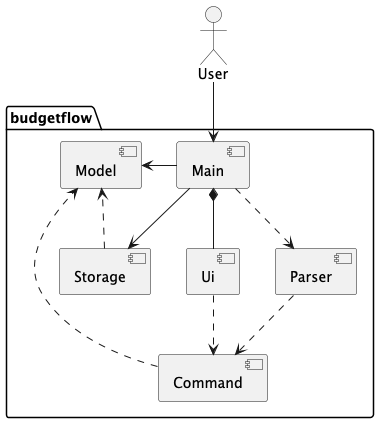
The PlantUML diagram docs/images/Architecture.png in thienkimtranhoang/tp, before a commit.
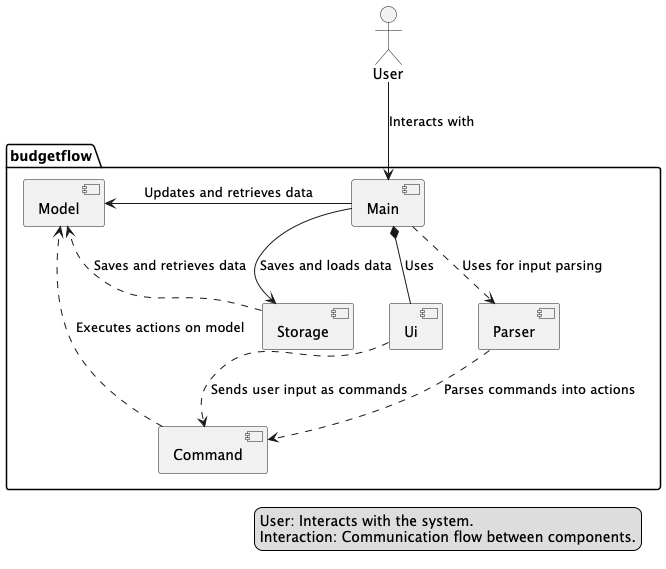
After the change.

Commit message:
Update architecture diagram

What changed in the source:
```diff
@@ -1,5 +1,6 @@
 @startuml
 actor User
+
 package budgetflow {
     [Main]
     [Ui]
@@ -8,14 +9,29 @@
     [Storage]
     [Model]
 }
-User --> [Main]
-[Main] -left-> [Model]
-[Main] --> [Storage]
-[Main] *-- [Ui]
-[Main] ..> [Parser]
-[Storage] ..> [Model]
-[Command] ..> [Model]
-[Parser] ..> [Command]
-[Ui] ..> [Command]
+
+User --> [Main] : Interacts with
+[Main] -left-> [Model] : Updates and retrieves data
+[Main] --> [Storage] : Saves and loads data
+[Main] *-- [Ui] : Uses
+[Main] ..> [Parser] : Uses for input parsing
+[Storage] ..> [Model] : Saves and retrieves data
+[Command] ..> [Model] : Executes actions on model
+[Parser] ..> [Command] : Parses commands into actions
+[Ui] ..> [Command] : Sends user input as commands
+
+legend left
+  Main: Entry point, coordinates between components.
+  Ui: Handles user input/output.
+  Parser: Converts user input to executable commands.
+  Command: Executes budget-related actions.
+  Storage: Manages data persistence.
+  Model: Stores application data and logic.
+endlegend
+
+legend right
+  User: Interacts with the system.
+  Interaction: Communication flow between components.
+endlegend
 
 @enduml
```
